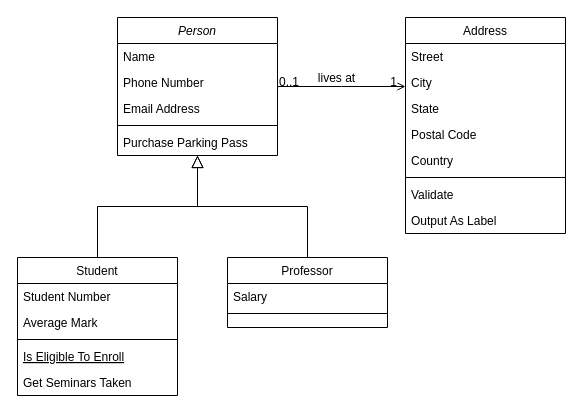
Before: Diagram/Diagramme_class.drawio in KamadoSama/App-evaluation-du-personnel, a draw.io diagram. Source tidied: cells renumbered, new cells numbered last; positions are measured from the earlier drawing's top-left corner, leaving out a move shared by most shapes. Both pictures are drawn from the tidied source at 100%, with x=0, y=0 at pixel (17, 17).
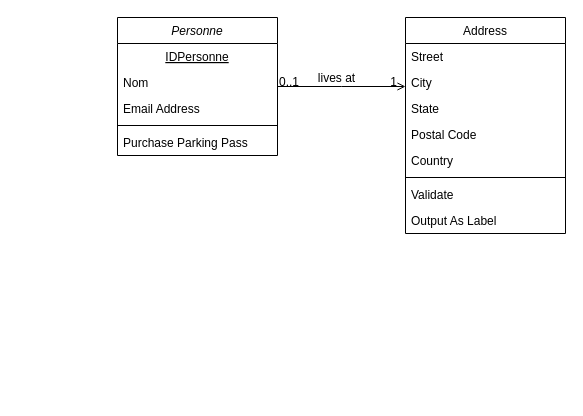
The same page after the edit.

Commit message:
Mettre à jour Diagramme_class.drawio

Change to the diagram source:
```diff
@@
-    <mxCell id="2" value="Person" style="swimlane;fontStyle=2;align=center;verticalAlign=top;horizontal=1;startSize=26;rounded=0;shadow=0;strokeWidth=1;" parent="1" vertex="1">
+    <mxCell id="2" value="Personne" style="swimlane;fontStyle=2;align=center;verticalAlign=top;horizontal=1;startSize=26;rounded=0;shadow=0;strokeWidth=1;" parent="1" vertex="1">
       <mxGeometry x="100" width="160" height="138" as="geometry" />
     </mxCell>
-    <mxCell id="3" value="Name" style="text;align=left;verticalAlign=top;spacingLeft=4;spacingRight=4;overflow=hidden;" parent="2" vertex="1">
+    <mxCell id="3" value="IDPersonne" style="text;align=center;verticalAlign=top;spacingLeft=4;spacingRight=4;overflow=hidden;fontStyle=4;" parent="2" vertex="1">
       <mxGeometry y="26" width="160" height="26" as="geometry" />
     </mxCell>
-    <mxCell id="4" value="Phone Number" style="text;align=left;verticalAlign=top;spacingLeft=4;spacingRight=4;overflow=hidden;rounded=0;shadow=0;html=0;" parent="2" vertex="1">
+    <mxCell id="4" value="Nom&#10;" style="text;align=left;verticalAlign=top;spacingLeft=4;spacingRight=4;overflow=hidden;rounded=0;shadow=0;html=0;" parent="2" vertex="1">
       <mxGeometry y="52" width="160" height="26" as="geometry" />
     </mxCell>
@@
-    <mxCell id="8" value="Student" style="swimlane;fontStyle=0;align=center;verticalAlign=top;horizontal=1;startSize=26;rounded=0;shadow=0;strokeWidth=1;" parent="1" vertex="1">
-      <mxGeometry y="240" width="160" height="138" as="geometry" />
-    </mxCell>
-    <mxCell id="9" value="Student Number" style="text;align=left;verticalAlign=top;spacingLeft=4;spacingRight=4;overflow=hidden;" parent="8" vertex="1">
-      <mxGeometry y="26" width="160" height="26" as="geometry" />
-    </mxCell>
-    <mxCell id="10" value="Average Mark" style="text;align=left;verticalAlign=top;spacingLeft=4;spacingRight=4;overflow=hidden;rounded=0;shadow=0;html=0;" parent="8" vertex="1">
-      <mxGeometry y="52" width="160" height="26" as="geometry" />
-    </mxCell>
-    <mxCell id="11" style="line;html=1;strokeWidth=1;align=left;verticalAlign=middle;spacingTop=-1;spacingLeft=3;spacingRight=3;labelPosition=right;" parent="8" vertex="1">
-      <mxGeometry y="78" width="160" height="8" as="geometry" />
-    </mxCell>
-    <mxCell id="12" value="Is Eligible To Enroll" style="text;align=left;verticalAlign=top;spacingLeft=4;spacingRight=4;overflow=hidden;fontStyle=4;" parent="8" vertex="1">
-      <mxGeometry y="86" width="160" height="26" as="geometry" />
-    </mxCell>
-    <mxCell id="13" value="Get Seminars Taken" style="text;align=left;verticalAlign=top;spacingLeft=4;spacingRight=4;overflow=hidden;" parent="8" vertex="1">
-      <mxGeometry y="112" width="160" height="26" as="geometry" />
-    </mxCell>
-    <mxCell id="14" style="endArrow=block;endSize=10;endFill=0;shadow=0;strokeWidth=1;rounded=0;edgeStyle=elbowEdgeStyle;elbow=vertical;" parent="1" edge="1" source="8" target="2">
-      <mxGeometry relative="1" as="geometry" />
-    </mxCell>
-    <mxCell id="15" value="Professor" style="swimlane;fontStyle=0;align=center;verticalAlign=top;horizontal=1;startSize=26;rounded=0;shadow=0;strokeWidth=1;" parent="1" vertex="1">
-      <mxGeometry x="210" y="240" width="160" height="70" as="geometry" />
-    </mxCell>
-    <mxCell id="16" value="Salary" style="text;align=left;verticalAlign=top;spacingLeft=4;spacingRight=4;overflow=hidden;" parent="15" vertex="1">
-      <mxGeometry y="26" width="160" height="26" as="geometry" />
-    </mxCell>
-    <mxCell id="17" style="line;html=1;strokeWidth=1;align=left;verticalAlign=middle;spacingTop=-1;spacingLeft=3;spacingRight=3;labelPosition=right;" parent="15" vertex="1">
-      <mxGeometry y="52" width="160" height="8" as="geometry" />
-    </mxCell>
-    <mxCell id="18" style="endArrow=block;endSize=10;endFill=0;shadow=0;strokeWidth=1;rounded=0;edgeStyle=elbowEdgeStyle;elbow=vertical;" parent="1" edge="1" source="15" target="2">
-      <mxGeometry relative="1" as="geometry" />
-    </mxCell>
```
